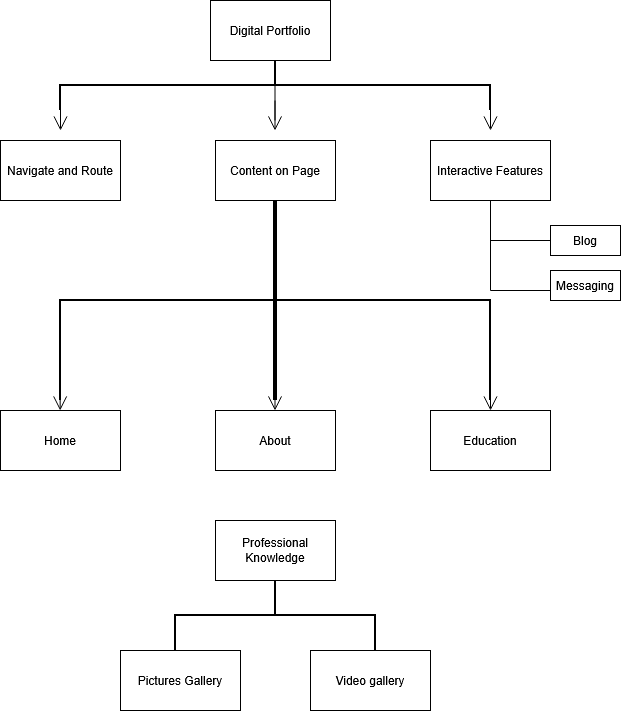
Before: docs/block-diagram.png, a diagram exported from draw.io (thomasleavy/CS5709-Digital-Portfolio). Source tidied: cells renumbered, new cells last; positions are measured from the earlier drawing's top-left corner, leaving out a move shared by most shapes. The source it was exported from:
```xml
<mxGraphModel>
  <root>
    <mxCell id="0" />
    <mxCell id="1" parent="0" />
    <mxCell id="2" value="Digital Portfolio" style="rounded=0;whiteSpace=wrap;html=1;" parent="1" vertex="1">
      <mxGeometry x="210" y="130" width="120" height="60" as="geometry" />
    </mxCell>
    <mxCell id="3" style="strokeWidth=2;html=1;shape=mxgraph.flowchart.annotation_2;align=left;labelPosition=right;rotation=90;" parent="1" vertex="1">
      <mxGeometry x="250" width="50" height="430" as="geometry" />
    </mxCell>
    <mxCell id="4" style="endArrow=none;html=1;rounded=0;startSize=6;" parent="1" edge="1">
      <mxGeometry relative="1" as="geometry">
        <mxPoint x="274.5" y="250" as="sourcePoint" />
        <mxPoint x="274.5" y="190" as="targetPoint" />
      </mxGeometry>
    </mxCell>
    <mxCell id="5" style="endArrow=open;endFill=1;endSize=12;html=1;rounded=0;" parent="1" edge="1">
      <mxGeometry relative="1" as="geometry">
        <mxPoint x="60" y="230" as="sourcePoint" />
        <mxPoint x="60" y="260" as="targetPoint" />
      </mxGeometry>
    </mxCell>
    <mxCell id="6" style="endArrow=open;endFill=1;endSize=12;html=1;rounded=0;" parent="1" edge="1">
      <mxGeometry relative="1" as="geometry">
        <mxPoint x="274.5" y="230" as="sourcePoint" />
        <mxPoint x="274.5" y="260" as="targetPoint" />
      </mxGeometry>
    </mxCell>
    <mxCell id="7" style="endArrow=open;endFill=1;endSize=12;html=1;rounded=0;" parent="1" edge="1">
      <mxGeometry relative="1" as="geometry">
        <mxPoint x="490" y="230" as="sourcePoint" />
        <mxPoint x="490" y="260" as="targetPoint" />
      </mxGeometry>
    </mxCell>
    <mxCell id="8" value="Navigate and Route" style="rounded=0;whiteSpace=wrap;html=1;" parent="1" vertex="1">
      <mxGeometry y="270" width="120" height="60" as="geometry" />
    </mxCell>
    <mxCell id="9" value="Content on Page" style="rounded=0;whiteSpace=wrap;html=1;" parent="1" vertex="1">
      <mxGeometry x="215" y="270" width="120" height="60" as="geometry" />
    </mxCell>
    <mxCell id="10" value="Interactive Features" style="rounded=0;whiteSpace=wrap;html=1;" parent="1" vertex="1">
      <mxGeometry x="430" y="270" width="120" height="60" as="geometry" />
    </mxCell>
    <mxCell id="11" style="endArrow=none;html=1;rounded=0;" parent="1" edge="1">
      <mxGeometry relative="1" as="geometry">
        <mxPoint x="490" y="400" as="sourcePoint" />
        <mxPoint x="490" y="330" as="targetPoint" />
      </mxGeometry>
    </mxCell>
    <mxCell id="12" style="endArrow=none;html=1;rounded=0;" parent="1" edge="1">
      <mxGeometry relative="1" as="geometry">
        <mxPoint x="560" y="370" as="sourcePoint" />
        <mxPoint x="490" y="370" as="targetPoint" />
      </mxGeometry>
    </mxCell>
    <mxCell id="13" style="endArrow=none;html=1;rounded=0;" parent="1" edge="1">
      <mxGeometry relative="1" as="geometry">
        <mxPoint x="490" y="420" as="sourcePoint" />
        <mxPoint x="490" y="350" as="targetPoint" />
      </mxGeometry>
    </mxCell>
    <mxCell id="14" style="endArrow=none;html=1;rounded=0;" parent="1" edge="1">
      <mxGeometry relative="1" as="geometry">
        <mxPoint x="560" y="420" as="sourcePoint" />
        <mxPoint x="490" y="420" as="targetPoint" />
      </mxGeometry>
    </mxCell>
    <mxCell id="15" value="Blog" style="rounded=0;whiteSpace=wrap;html=1;" parent="1" vertex="1">
      <mxGeometry x="550" y="355" width="70" height="30" as="geometry" />
    </mxCell>
    <mxCell id="16" value="Messaging" style="rounded=0;whiteSpace=wrap;html=1;" parent="1" vertex="1">
      <mxGeometry x="550" y="400" width="70" height="30" as="geometry" />
    </mxCell>
    <mxCell id="17" style="strokeWidth=2;html=1;shape=mxgraph.flowchart.annotation_2;align=left;labelPosition=right;rotation=90;" parent="1" vertex="1">
      <mxGeometry x="175" y="215" width="200" height="430" as="geometry" />
    </mxCell>
    <mxCell id="18" style="line;strokeWidth=4;direction=south;html=1;perimeter=backbonePerimeter;" parent="1" vertex="1">
      <mxGeometry x="270" y="330" width="10" height="200" as="geometry" />
    </mxCell>
    <mxCell id="19" value="Home" style="rounded=0;whiteSpace=wrap;html=1;" parent="1" vertex="1">
      <mxGeometry y="540" width="120" height="60" as="geometry" />
    </mxCell>
    <mxCell id="20" value="About" style="rounded=0;whiteSpace=wrap;html=1;" parent="1" vertex="1">
      <mxGeometry x="215" y="540" width="120" height="60" as="geometry" />
    </mxCell>
    <mxCell id="21" value="Education" style="rounded=0;whiteSpace=wrap;html=1;" parent="1" vertex="1">
      <mxGeometry x="430" y="540" width="120" height="60" as="geometry" />
    </mxCell>
    <mxCell id="22" style="endArrow=open;endFill=1;endSize=12;html=1;rounded=0;" parent="1" edge="1">
      <mxGeometry relative="1" as="geometry">
        <mxPoint x="59.7" y="510" as="sourcePoint" />
        <mxPoint x="59.7" y="540" as="targetPoint" />
      </mxGeometry>
    </mxCell>
    <mxCell id="23" style="endArrow=open;endFill=1;endSize=12;html=1;rounded=0;" parent="1" edge="1">
      <mxGeometry relative="1" as="geometry">
        <mxPoint x="490" y="510" as="sourcePoint" />
        <mxPoint x="490" y="540" as="targetPoint" />
      </mxGeometry>
    </mxCell>
    <mxCell id="24" style="endArrow=open;endFill=1;endSize=12;html=1;rounded=0;" parent="1" edge="1">
      <mxGeometry relative="1" as="geometry">
        <mxPoint x="274.5" y="510" as="sourcePoint" />
        <mxPoint x="274.5" y="540" as="targetPoint" />
      </mxGeometry>
    </mxCell>
    <mxCell id="25" value="Professional Knowledge" style="rounded=0;whiteSpace=wrap;html=1;" parent="1" vertex="1">
      <mxGeometry x="215" y="650" width="120" height="60" as="geometry" />
    </mxCell>
    <mxCell id="26" style="strokeWidth=2;html=1;shape=mxgraph.flowchart.annotation_2;align=left;labelPosition=right;rotation=90;" parent="1" vertex="1">
      <mxGeometry x="240" y="645" width="70" height="200" as="geometry" />
    </mxCell>
    <mxCell id="27" value="Pictures Gallery" style="rounded=0;whiteSpace=wrap;html=1;" parent="1" vertex="1">
      <mxGeometry x="120" y="780" width="120" height="60" as="geometry" />
    </mxCell>
    <mxCell id="28" value="Video gallery" style="rounded=0;whiteSpace=wrap;html=1;" parent="1" vertex="1">
      <mxGeometry x="310" y="780" width="120" height="60" as="geometry" />
    </mxCell>
  </root>
</mxGraphModel>
```
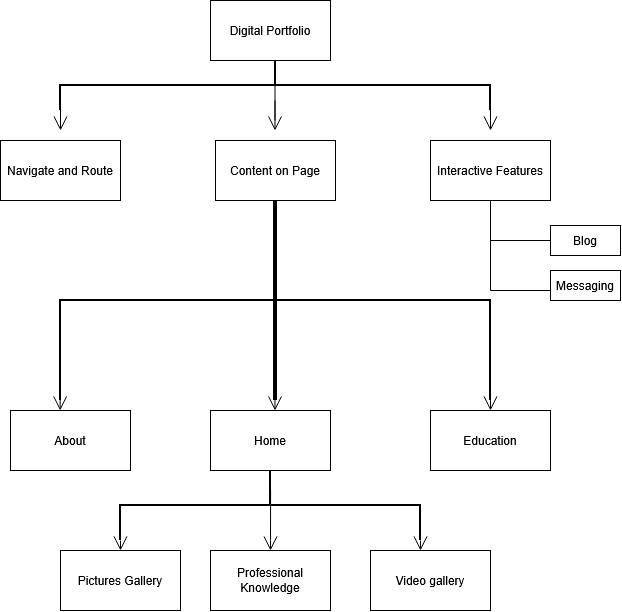
After the commit.

Change to the diagram source:
```diff
@@ -78,10 +78,10 @@
       <mxGeometry x="270" y="330" width="10" height="200" as="geometry" />
     </mxCell>
     <mxCell id="19" value="Home" style="rounded=0;whiteSpace=wrap;html=1;" parent="1" vertex="1">
-      <mxGeometry y="540" width="120" height="60" as="geometry" />
+      <mxGeometry x="210" y="540" width="120" height="60" as="geometry" />
     </mxCell>
     <mxCell id="20" value="About" style="rounded=0;whiteSpace=wrap;html=1;" parent="1" vertex="1">
-      <mxGeometry x="215" y="540" width="120" height="60" as="geometry" />
+      <mxGeometry x="10" y="540" width="120" height="60" as="geometry" />
     </mxCell>
     <mxCell id="21" value="Education" style="rounded=0;whiteSpace=wrap;html=1;" parent="1" vertex="1">
       <mxGeometry x="430" y="540" width="120" height="60" as="geometry" />
@@ -105,16 +105,39 @@
       </mxGeometry>
     </mxCell>
     <mxCell id="25" value="Professional Knowledge" style="rounded=0;whiteSpace=wrap;html=1;" parent="1" vertex="1">
-      <mxGeometry x="215" y="650" width="120" height="60" as="geometry" />
+      <mxGeometry x="210" y="680" width="120" height="60" as="geometry" />
     </mxCell>
     <mxCell id="26" style="strokeWidth=2;html=1;shape=mxgraph.flowchart.annotation_2;align=left;labelPosition=right;rotation=90;" parent="1" vertex="1">
-      <mxGeometry x="240" y="645" width="70" height="200" as="geometry" />
+      <mxGeometry x="235" y="485" width="70" height="300" as="geometry" />
     </mxCell>
     <mxCell id="27" value="Pictures Gallery" style="rounded=0;whiteSpace=wrap;html=1;" parent="1" vertex="1">
-      <mxGeometry x="120" y="780" width="120" height="60" as="geometry" />
+      <mxGeometry x="60" y="680" width="120" height="60" as="geometry" />
     </mxCell>
     <mxCell id="28" value="Video gallery" style="rounded=0;whiteSpace=wrap;html=1;" parent="1" vertex="1">
-      <mxGeometry x="310" y="780" width="120" height="60" as="geometry" />
+      <mxGeometry x="370" y="680" width="120" height="60" as="geometry" />
     </mxCell>
+    <mxCell id="29" style="endArrow=open;endFill=1;endSize=12;html=1;rounded=0;entryX=0.5;entryY=0;entryDx=0;entryDy=0;" parent="1" edge="1" target="27">
+      <mxGeometry relative="1" as="geometry">
+        <mxPoint x="120" y="670" as="sourcePoint" />
+      </mxGeometry>
+    </mxCell>
+    <mxCell id="30" style="endArrow=open;endFill=1;endSize=12;html=1;rounded=0;" parent="1" edge="1">
+      <mxGeometry relative="1" as="geometry">
+        <mxPoint x="420" y="670" as="sourcePoint" />
+        <mxPoint x="420" y="680" as="targetPoint" />
+      </mxGeometry>
+    </mxCell>
+    <mxCell id="31" style="endArrow=none;html=1;rounded=0;exitX=0.714;exitY=0.567;exitDx=0;exitDy=0;exitPerimeter=0;" parent="1" edge="1">
+      <mxGeometry relative="1" as="geometry">
+        <mxPoint x="270" y="670" as="sourcePoint" />
+        <mxPoint x="270.1" y="620" as="targetPoint" />
+      </mxGeometry>
+    </mxCell>
+    <mxCell id="32" style="endArrow=open;endFill=1;endSize=12;html=1;rounded=0;entryX=0.5;entryY=0;entryDx=0;entryDy=0;" parent="1" edge="1">
+      <mxGeometry relative="1" as="geometry">
+        <mxPoint x="270" y="670" as="sourcePoint" />
+        <mxPoint x="270" y="680" as="targetPoint" />
+      </mxGeometry>
+    </mxCell>
   </root>
 </mxGraphModel>
```
